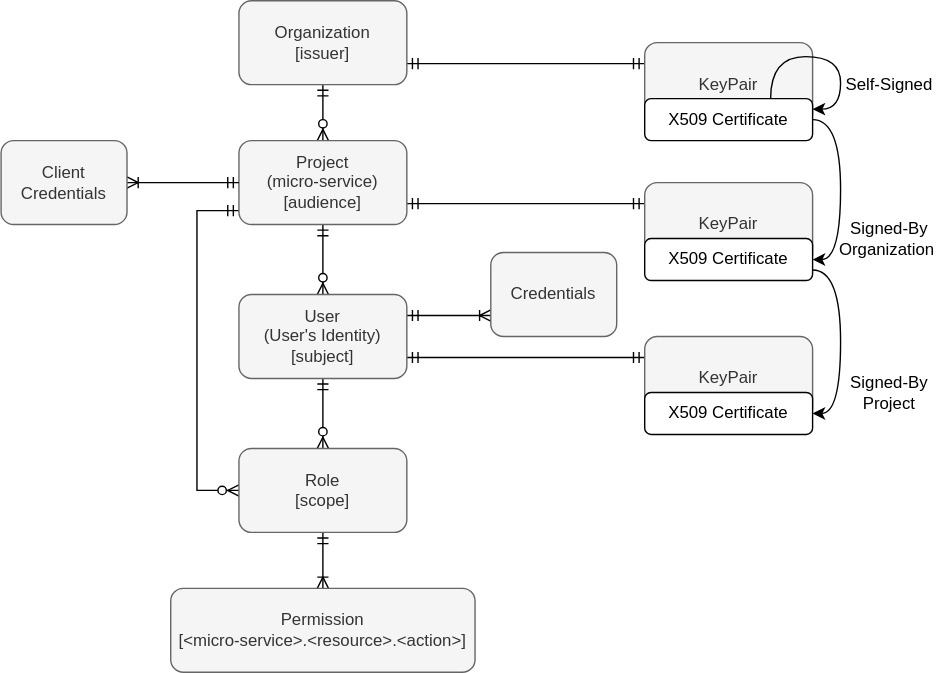
Above: docs/IAM-data-model.svg in jveverka/iam-service (draw.io), before the change. Source tidied: cells renumbered, new cells last; positions are measured from the earlier drawing's top-left corner, leaving out a move shared by most shapes.
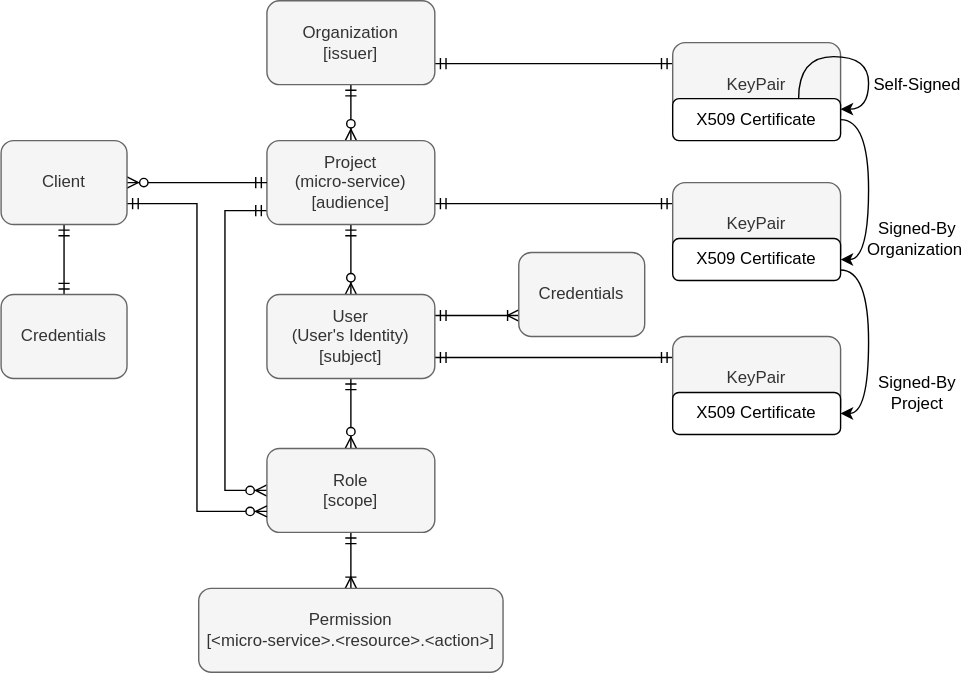
After the change.

Diff of the diagram source:
```diff
@@ -94,11 +94,20 @@
     <mxCell id="28" value="Signed-By Project" style="text;html=1;strokeColor=none;fillColor=none;align=center;verticalAlign=middle;whiteSpace=wrap;rounded=0;" parent="1" vertex="1">
       <mxGeometry x="600" y="270" width="70" height="20" as="geometry" />
     </mxCell>
-    <mxCell id="29" style="edgeStyle=orthogonalEdgeStyle;rounded=0;jettySize=auto;html=1;startArrow=ERoneToMany;startFill=0;endArrow=ERmandOne;endFill=0;" parent="1" edge="1" source="30" target="8">
+    <mxCell id="29" style="edgeStyle=orthogonalEdgeStyle;rounded=0;jettySize=auto;html=1;startArrow=ERzeroToMany;startFill=1;endArrow=ERmandOne;endFill=0;" parent="1" edge="1" source="30" target="8">
       <mxGeometry relative="1" as="geometry" />
     </mxCell>
+    <mxCell id="31" style="edgeStyle=orthogonalEdgeStyle;rounded=0;jettySize=auto;html=1;startArrow=ERmandOne;startFill=0;endArrow=ERmandOne;endFill=0;" parent="1" edge="1" source="30" target="33">
+      <mxGeometry relative="1" as="geometry" />
+    </mxCell>
+    <mxCell id="32" style="edgeStyle=orthogonalEdgeStyle;rounded=0;jettySize=auto;html=1;exitX=1;exitY=0.75;exitDx=0;exitDy=0;entryX=0;entryY=0.75;entryDx=0;entryDy=0;startArrow=ERmandOne;startFill=0;endArrow=ERzeroToMany;endFill=1;" parent="1" edge="1" source="30" target="15">
+      <mxGeometry relative="1" as="geometry" />
+    </mxCell>
-    <mxCell id="30" value="Client&lt;br&gt;Credentials" style="rounded=1;whiteSpace=wrap;html=1;fillColor=#f5f5f5;strokeColor=#666666;fontColor=#333333;" parent="1" vertex="1">
-      <mxGeometry y="100" width="90" height="60" as="geometry" />
+    <mxCell id="30" value="Client" style="rounded=1;whiteSpace=wrap;html=1;fillColor=#f5f5f5;strokeColor=#666666;fontColor=#333333;" parent="1" vertex="1">
+      <mxGeometry x="-20" y="100" width="90" height="60" as="geometry" />
     </mxCell>
+    <mxCell id="33" value="Credentials" style="rounded=1;whiteSpace=wrap;html=1;fillColor=#f5f5f5;strokeColor=#666666;fontColor=#333333;" parent="1" vertex="1">
+      <mxGeometry x="-20" y="210" width="90" height="60" as="geometry" />
+    </mxCell>
   </root>
 </mxGraphModel>
```
